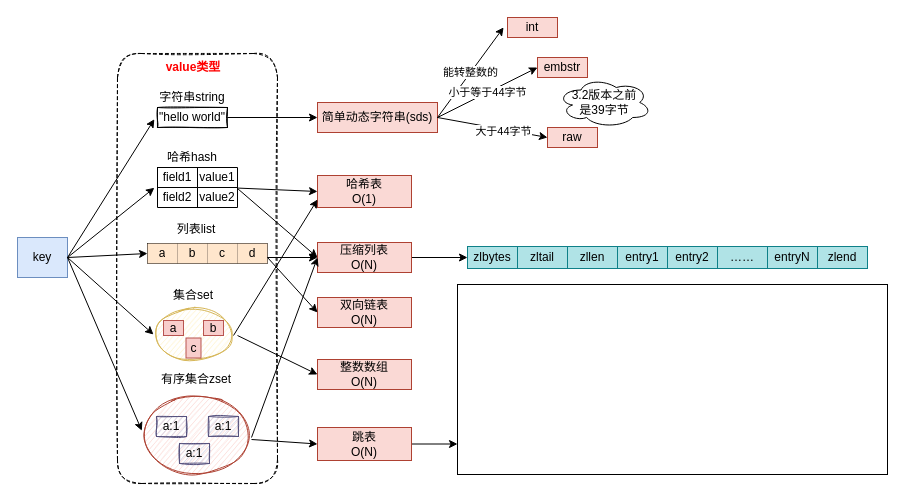
Earlier version of the draw.io diagram redis/Redis数据类型.drawio (jinsoft/draw). Source tidied: cells renumbered, new cells numbered last; positions are measured from the earlier drawing's top-left corner, leaving out a move shared by most shapes. Both pictures are drawn from the tidied source at 100%, with x=0, y=0 at pixel (17, 17).
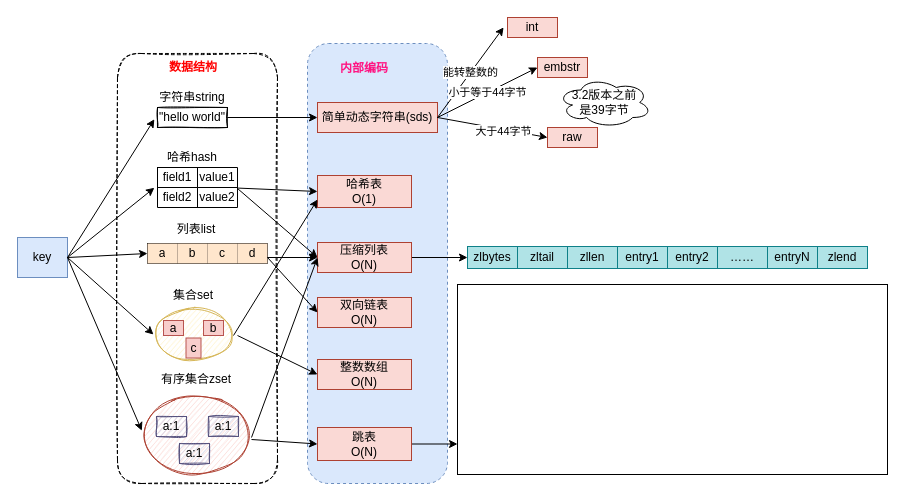
After the change.

Commit message:
更新Redis数据类型.drawio

What changed in the source:
```diff
@@
+    <mxCell id="77" style="rounded=1;whiteSpace=wrap;html=1;dashed=1;fillColor=#dae8fc;strokeColor=#6c8ebf;" parent="1" vertex="1">
+      <mxGeometry x="290" y="26" width="140" height="440" as="geometry" />
+    </mxCell>
@@
-    <mxCell id="14" value="&lt;font color=&quot;#ff0000&quot;&gt;&lt;b&gt;value类型&lt;/b&gt;&lt;/font&gt;" style="text;html=1;strokeColor=none;fillColor=none;align=center;verticalAlign=middle;whiteSpace=wrap;rounded=0;sketch=1;" parent="1" vertex="1">
+    <mxCell id="14" value="&lt;font color=&quot;#ff0000&quot;&gt;&lt;b&gt;数据结构&lt;/b&gt;&lt;/font&gt;" style="text;html=1;strokeColor=none;fillColor=none;align=center;verticalAlign=middle;whiteSpace=wrap;rounded=0;sketch=1;" parent="1" vertex="1">
       <mxGeometry x="141" y="40" width="70" height="20" as="geometry" />
     </mxCell>
@@
+    <mxCell id="78" value="&lt;b&gt;&lt;font color=&quot;#ff1482&quot;&gt;内部编码&lt;/font&gt;&lt;/b&gt;" style="text;html=1;strokeColor=none;fillColor=none;align=center;verticalAlign=middle;whiteSpace=wrap;rounded=0;dashed=1;" parent="1" vertex="1">
+      <mxGeometry x="317" y="36" width="60" height="30" as="geometry" />
+    </mxCell>
```
